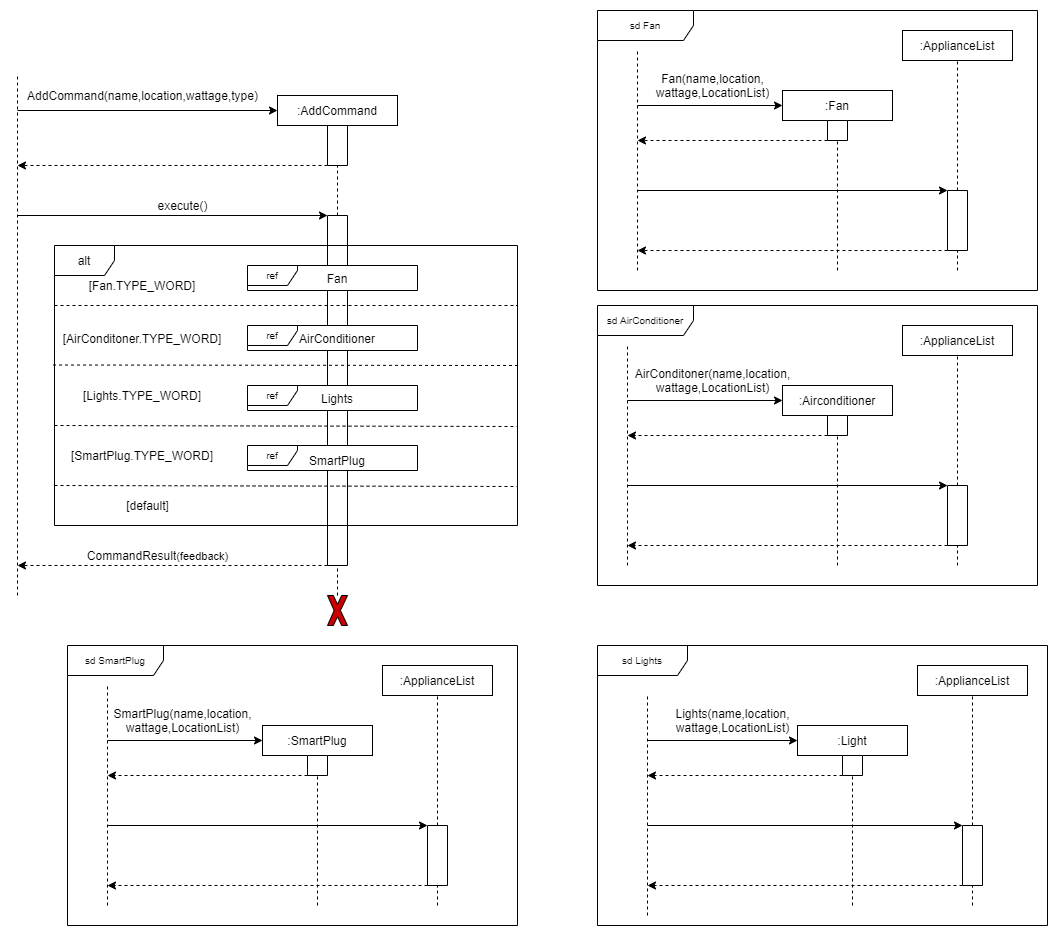
Before: docs/images/diagrams/Sequence_AddCommand.png, a diagram exported from draw.io (nus-cs2113-AY2021S1/tp). Source tidied: cells renumbered, new cells last; positions are measured from the earlier drawing's top-left corner, leaving out a move shared by most shapes.
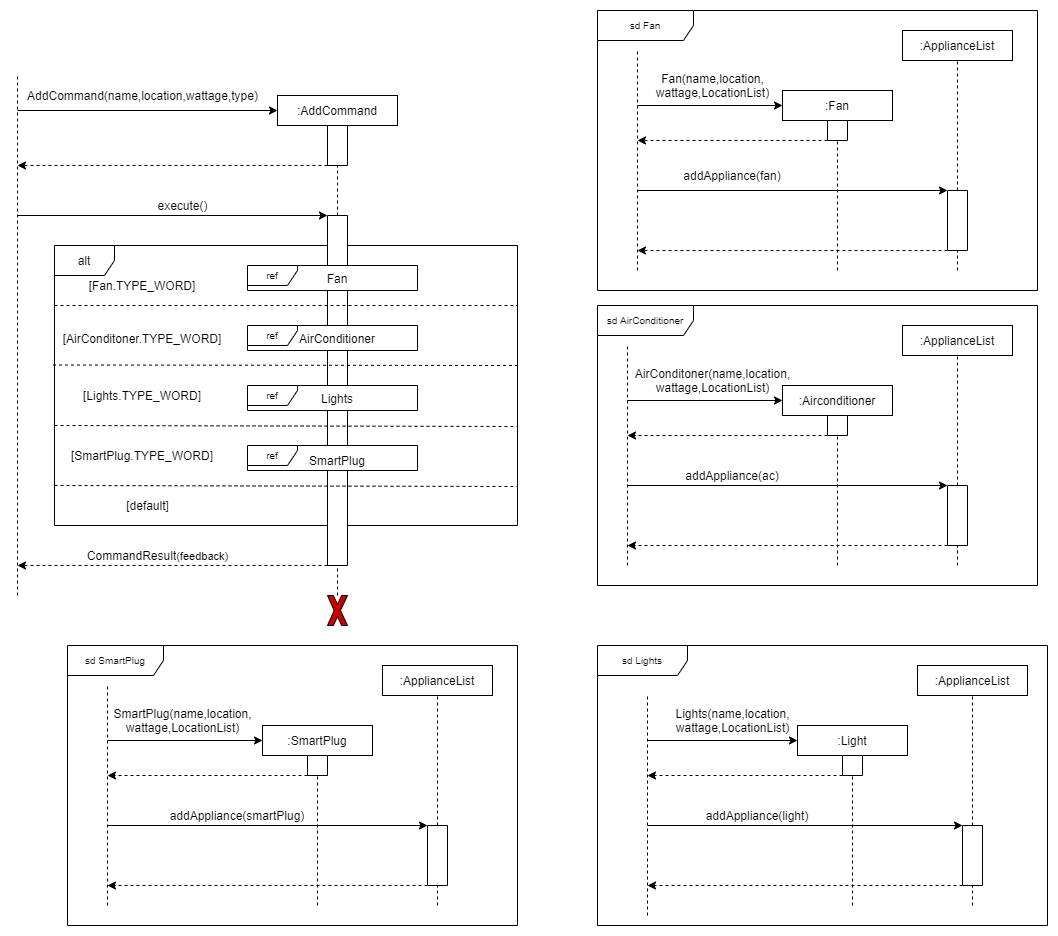
Above is the later version.

Diff of the diagram source:
```diff
@@ -2,6 +2,9 @@
   <root>
     <mxCell id="0" />
     <mxCell id="1" parent="0" />
+    <mxCell id="66" value="alt" style="shape=umlFrame;whiteSpace=wrap;html=1;" parent="1" vertex="1">
+      <mxGeometry x="37" y="235" width="463" height="280" as="geometry" />
+    </mxCell>
     <mxCell id="2" style="endArrow=none;dashed=1;html=1;entryX=1;entryY=0.5;entryDx=0;entryDy=0;exitX=0;exitY=0.5;exitDx=0;exitDy=0;" parent="1" edge="1" source="5" target="14">
       <mxGeometry relative="1" as="geometry" />
     </mxCell>
@@ -275,9 +278,6 @@
         <mxPoint x="630" y="685" as="targetPoint" />
       </mxGeometry>
     </mxCell>
-    <mxCell id="66" value="alt" style="shape=umlFrame;whiteSpace=wrap;html=1;" parent="1" vertex="1">
-      <mxGeometry x="37" y="235" width="463" height="280" as="geometry" />
-    </mxCell>
     <mxCell id="67" style="endArrow=none;dashed=1;html=1;" parent="1" edge="1">
       <mxGeometry relative="1" as="geometry">
         <mxPoint x="37" y="295" as="sourcePoint" />
@@ -374,5 +374,17 @@
     <mxCell id="91" value="CommandResult&lt;span style=&quot;font-family: &amp;#34;helvetica&amp;#34; ; font-size: 11px ; background-color: rgb(255 , 255 , 255)&quot;&gt;(feedback)&lt;/span&gt;" style="text;html=1;align=center;verticalAlign=middle;" parent="1" vertex="1">
       <mxGeometry x="60" y="535" width="160" height="20" as="geometry" />
     </mxCell>
+    <mxCell id="92" value="addAppliance(fan)" style="text;html=1;strokeColor=none;fillColor=none;align=center;verticalAlign=middle;whiteSpace=wrap;rounded=0;" parent="1" vertex="1">
+      <mxGeometry x="695" y="155" width="40" height="20" as="geometry" />
+    </mxCell>
+    <mxCell id="93" value="addAppliance(light)" style="text;html=1;strokeColor=none;fillColor=none;align=center;verticalAlign=middle;whiteSpace=wrap;rounded=0;" parent="1" vertex="1">
+      <mxGeometry x="720" y="795" width="40" height="20" as="geometry" />
+    </mxCell>
+    <mxCell id="94" value="addAppliance(ac)" style="text;html=1;strokeColor=none;fillColor=none;align=center;verticalAlign=middle;whiteSpace=wrap;rounded=0;" parent="1" vertex="1">
+      <mxGeometry x="695" y="455" width="40" height="20" as="geometry" />
+    </mxCell>
+    <mxCell id="95" value="addAppliance(smartPlug)" style="text;html=1;strokeColor=none;fillColor=none;align=center;verticalAlign=middle;whiteSpace=wrap;rounded=0;" parent="1" vertex="1">
+      <mxGeometry x="200" y="795" width="40" height="20" as="geometry" />
+    </mxCell>
   </root>
 </mxGraphModel>
```
